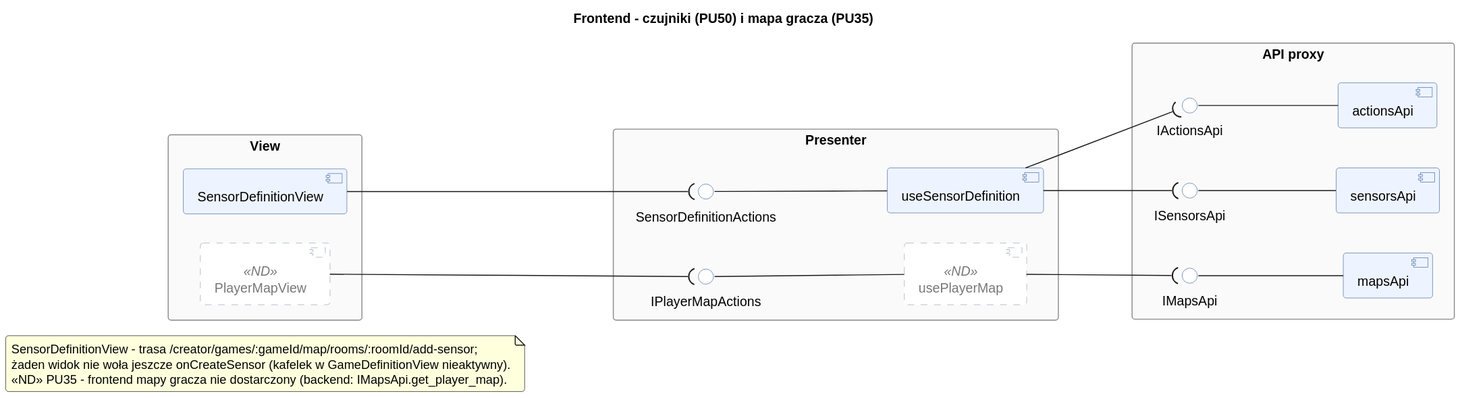
The PlantUML diagram diagrams/rendered/logic_structure_frontend_sensors.svg in Igor-Ochocki/POP-2026Z, before a commit. Source of this version:
```plantuml
@startuml
left to right direction
skinparam componentStyle uml2
skinparam packageStyle rectangle
skinparam shadowing false
skinparam roundcorner 6
skinparam linetype polyline
skinparam nodesep 30
skinparam ranksep 110
skinparam package {
    BackgroundColor #FAFAFA
    BorderColor #888888
}
skinparam component {
    BackgroundColor #EEF4FF
    BorderColor #4A6FA5
}
skinparam component<<ND>> {
    BackgroundColor #FFFFFF
    BorderColor #9AA7B8
    BorderStyle dashed
    FontColor #777777
}
skinparam interface {
    BackgroundColor #FFFFFF
    BorderColor #4A6FA5
}

title Frontend - czujniki (PU50) i mapa gracza (PU35)

package "View" as V {
    component [SensorDefinitionView] as V_Sensor
    component [PlayerMapView] <<ND>> as V_PlayerMap
}

package "Presenter" as P {
    () "SensorDefinitionActions" as I_Sensor
    () "IPlayerMapActions" as I_PlayerMap
    component [useSensorDefinition] as P_Sensor
    component [usePlayerMap] <<ND>> as P_PlayerMap
    I_Sensor -- P_Sensor
    I_PlayerMap -- P_PlayerMap
}

package "API proxy" as A {
    () "ISensorsApi" as IA_Sensors
    () "IMapsApi" as IA_Maps
    () "IActionsApi" as IA_Actions
    component [sensorsApi] as A_Sensors
    component [mapsApi] as A_Maps
    component [actionsApi] as A_Actions
    IA_Sensors -- A_Sensors
    IA_Maps -- A_Maps
    IA_Actions -- A_Actions
}

V_Sensor --( I_Sensor
V_PlayerMap --( I_PlayerMap

P_Sensor --( IA_Sensors
P_Sensor --( IA_Actions
P_PlayerMap --( IA_Maps

note as N1
    SensorDefinitionView - trasa /creator/games/:gameId/map/rooms/:roomId/add-sensor;
    żaden widok nie woła jeszcze onCreateSensor (kafelek w GameDefinitionView nieaktywny).
    <<ND>> PU35 - frontend mapy gracza nie dostarczony (backend: IMapsApi.get_player_map).
end note
@enduml
```
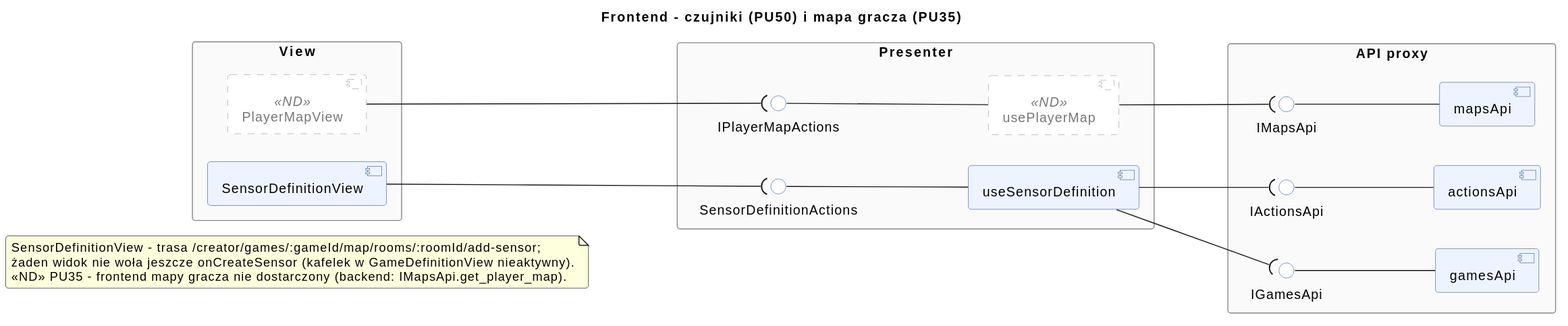
After the commit.

Commit message:
Remove SensorsAPI from diagrams existence

Change to the diagram source:
```diff
@@ -43,10 +43,10 @@
 }
 
 package "API proxy" as A {
-    () "ISensorsApi" as IA_Sensors
+    () "IGamesApi" as IA_Sensors
     () "IMapsApi" as IA_Maps
     () "IActionsApi" as IA_Actions
-    component [sensorsApi] as A_Sensors
+    component [gamesApi] as A_Sensors
     component [mapsApi] as A_Maps
     component [actionsApi] as A_Actions
     IA_Sensors -- A_Sensors
```
